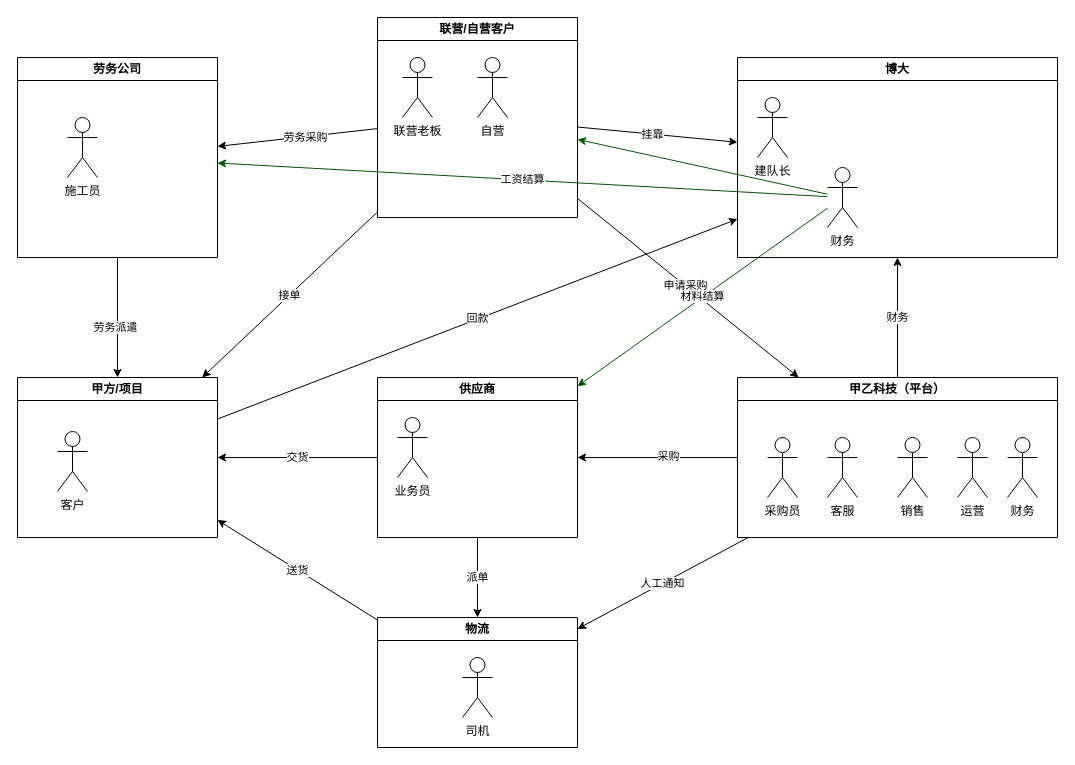
This is page "关系图" (1 of 3) of doc/purchase.drawio from netkiller/engineering, a draw.io file, before an edit. Source tidied: cells renumbered, new cells numbered last; positions are measured from the earlier drawing's top-left corner, leaving out a move shared by most shapes. Both pictures are drawn from the tidied source at 100%, with x=0, y=0 at pixel (17, 17).
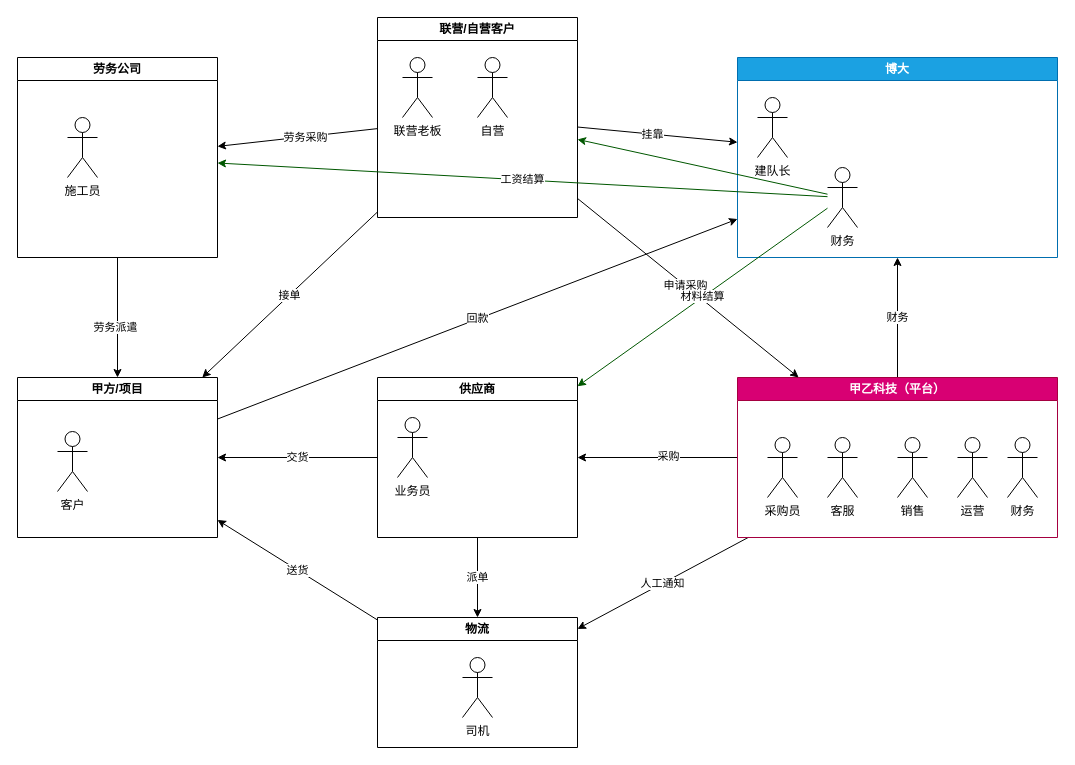
Above is the later version.

Diff of the diagram source:
```diff
@@
-    <mxCell id="9" value="甲乙科技（平台）" style="swimlane;whiteSpace=wrap;html=1;" parent="1" vertex="1">
+    <mxCell id="9" value="甲乙科技（平台）" style="swimlane;whiteSpace=wrap;html=1;fillColor=#d80073;fontColor=#ffffff;strokeColor=#A50040;" parent="1" vertex="1">
       <mxGeometry x="720" y="360" width="320" height="160" as="geometry" />
     </mxCell>
@@
-    <mxCell id="15" value="博大" style="swimlane;whiteSpace=wrap;html=1;" parent="1" vertex="1">
+    <mxCell id="15" value="博大" style="swimlane;whiteSpace=wrap;html=1;fillColor=#1ba1e2;fontColor=#ffffff;strokeColor=#006EAF;" parent="1" vertex="1">
       <mxGeometry x="720" y="40" width="320" height="200" as="geometry" />
     </mxCell>
```
